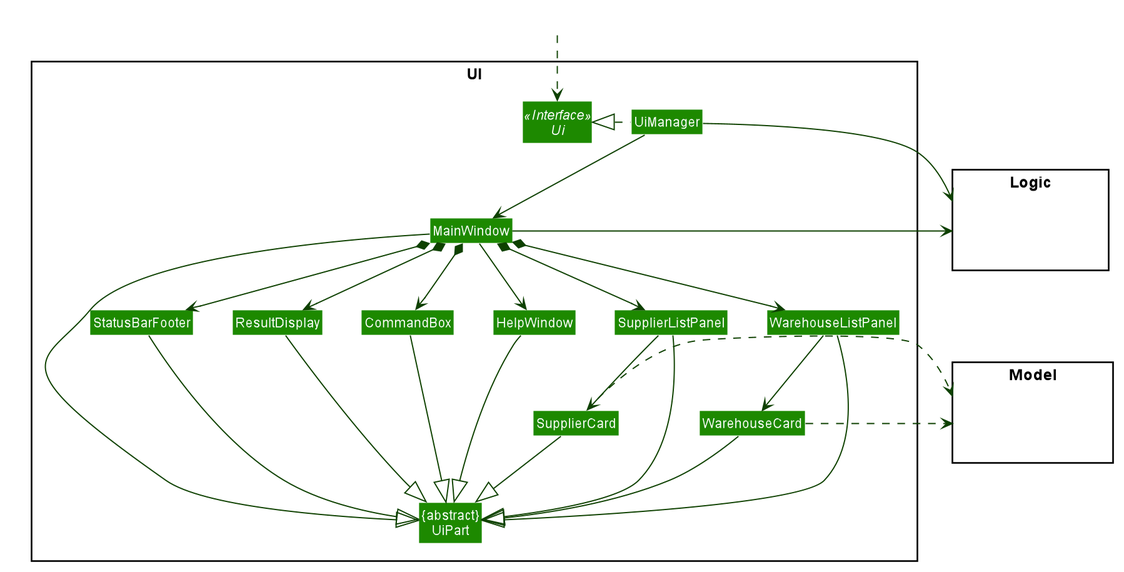
Earlier version of the PlantUML export docs/images/UiClassDiagram.png (tohyuting/tp). Source of this version:
```plantuml
@startuml








skinparam BackgroundColor #FFFFFFF

skinparam Shadowing false

skinparam Class {
    FontColor #FFFFFF
    BorderThickness 1
    BorderColor #FFFFFF
    StereotypeFontColor #FFFFFF
    FontName Arial
}

skinparam Actor {
    BorderColor #000000
    Color #000000
    FontName Arial
}

skinparam Sequence {
    MessageAlign center
    BoxFontSize 15
    BoxPadding 0
    BoxFontColor #FFFFFF
    FontName Arial
}

skinparam Participant {
    FontColor #FFFFFFF
    Padding 20
}

skinparam MinClassWidth 50
skinparam ParticipantPadding 10
skinparam Shadowing false
skinparam DefaultTextAlignment center
skinparam packageStyle Rectangle

hide footbox
hide members
hide circle
skinparam arrowThickness 1.1
skinparam arrowColor #0E4100
skinparam classBackgroundColor #1D8900

package UI <<Rectangle>>{
Interface Ui <<Interface>>
Class "{abstract}\nUiPart" as UiPart
Class UiManager
Class MainWindow
Class HelpWindow
Class ResultDisplay
Class SupplierListPanel
Class SupplierCard
Class WarehouseListPanel
Class WarehouseCard
Class StatusBarFooter
Class CommandBox
}

package Model <<Rectangle>> {
Class HiddenModel #FFFFFF
}

package Logic <<Rectangle>> {
Class HiddenLogic #FFFFFF
}

Class HiddenOutside #FFFFFF
HiddenOutside ..> Ui

UiManager .left.|> Ui
UiManager -down-> MainWindow
MainWindow --> HelpWindow
MainWindow *-down-> CommandBox
MainWindow *-down-> ResultDisplay
MainWindow *-down-> SupplierListPanel
MainWindow *-down-> WarehouseListPanel
MainWindow *-down-> StatusBarFooter

SupplierListPanel -down-> SupplierCard
WarehouseListPanel -down-> WarehouseCard

MainWindow -left-|> UiPart

ResultDisplay --|> UiPart
CommandBox --|> UiPart
SupplierListPanel --|> UiPart
SupplierCard --|> UiPart
WarehouseListPanel --|> UiPart
WarehouseCard --|> UiPart
StatusBarFooter --|> UiPart
HelpWindow -down-|> UiPart

SupplierCard .right.> Model
WarehouseCard .right.> Model
UiManager -right-> Logic
MainWindow -left-> Logic

SupplierListPanel -[hidden]left- HelpWindow
HelpWindow -[hidden]left- CommandBox
CommandBox -[hidden]left- ResultDisplay
ResultDisplay -[hidden]left- StatusBarFooter

MainWindow -[hidden]-|> UiPart
@enduml
```
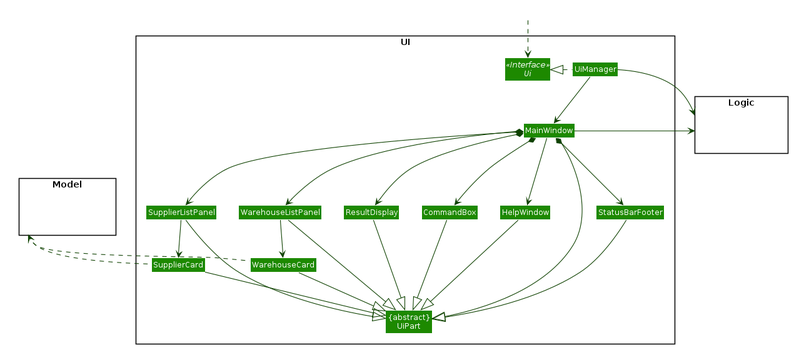
Later version of the same file.

What changed in the source:
```diff
@@ -100,8 +100,8 @@
 StatusBarFooter --|> UiPart
 HelpWindow -down-|> UiPart
 
-SupplierCard .right.> Model
-WarehouseCard .right.> Model
+SupplierCard .up.> Model
+WarehouseCard .up.> Model
 UiManager -right-> Logic
 MainWindow -left-> Logic
 
```
